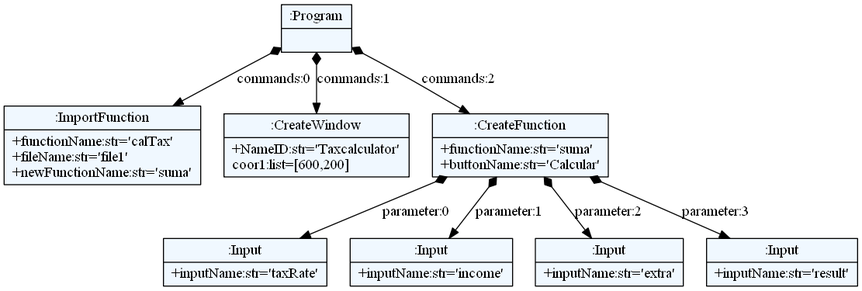
Before: program.dot.png, a diagram exported from Graphviz (joseamoroso/easgui). Its source is kept beside it as program.dot.
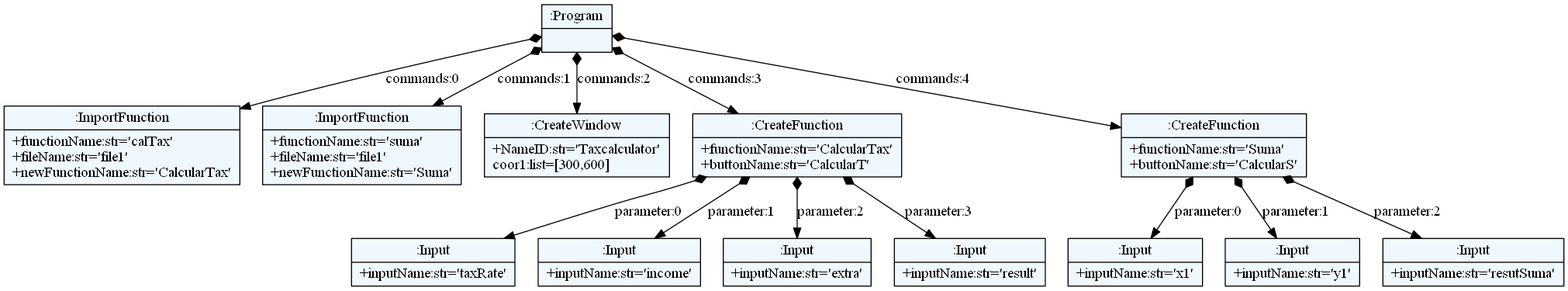
Later version of the same file.

Commit message:
Edited dot for execution

Diff of the diagram source:
```diff
@@ -10,20 +10,30 @@
     edge[dir=black,arrowtail=empty]
 
 
-2216229009608 -> 2216229024328 [label="commands:0" arrowtail=diamond dir=both]
-2216229024328[label="{:ImportFunction|+functionName:str='calTax'\l+fileName:str='file1'\l+newFunctionName:str='suma'\l}"]
-2216229009608 -> 2216229024392 [label="commands:1" arrowtail=diamond dir=both]
-2216229024392[label="{:CreateWindow|+NameID:str='Taxcalculator'\lcoor1:list=[600,200]\l}"]
-2216229009608 -> 2216229024520 [label="commands:2" arrowtail=diamond dir=both]
-2216229024520 -> 2216229024712 [label="parameter:0" arrowtail=diamond dir=both]
-2216229024712[label="{:Input|+inputName:str='taxRate'\l}"]
-2216229024520 -> 2216229024776 [label="parameter:1" arrowtail=diamond dir=both]
-2216229024776[label="{:Input|+inputName:str='income'\l}"]
-2216229024520 -> 2216229024904 [label="parameter:2" arrowtail=diamond dir=both]
-2216229024904[label="{:Input|+inputName:str='extra'\l}"]
-2216229024520 -> 2216229024968 [label="parameter:3" arrowtail=diamond dir=both]
-2216229024968[label="{:Input|+inputName:str='result'\l}"]
-2216229024520[label="{:CreateFunction|+functionName:str='suma'\l+buttonName:str='Calcular'\l}"]
-2216229009608[label="{:Program|}"]
+2664547515976 -> 2664547627784 [label="commands:0" arrowtail=diamond dir=both]
+2664547627784[label="{:ImportFunction|+functionName:str='calTax'\l+fileName:str='file1'\l+newFunctionName:str='CalcularTax'\l}"]
+2664547515976 -> 2664547629896 [label="commands:1" arrowtail=diamond dir=both]
+2664547629896[label="{:ImportFunction|+functionName:str='suma'\l+fileName:str='file1'\l+newFunctionName:str='Suma'\l}"]
+2664547515976 -> 2664547630664 [label="commands:2" arrowtail=diamond dir=both]
+2664547630664[label="{:CreateWindow|+NameID:str='Taxcalculator'\lcoor1:list=[300,600]\l}"]
+2664547515976 -> 2664547630280 [label="commands:3" arrowtail=diamond dir=both]
+2664547630280 -> 2664547614536 [label="parameter:0" arrowtail=diamond dir=both]
+2664547614536[label="{:Input|+inputName:str='taxRate'\l}"]
+2664547630280 -> 2664547614472 [label="parameter:1" arrowtail=diamond dir=both]
+2664547614472[label="{:Input|+inputName:str='income'\l}"]
+2664547630280 -> 2664547614088 [label="parameter:2" arrowtail=diamond dir=both]
+2664547614088[label="{:Input|+inputName:str='extra'\l}"]
+2664547630280 -> 2664547614024 [label="parameter:3" arrowtail=diamond dir=both]
+2664547614024[label="{:Input|+inputName:str='result'\l}"]
+2664547630280[label="{:CreateFunction|+functionName:str='CalcularTax'\l+buttonName:str='CalcularT'\l}"]
+2664547515976 -> 2664547629320 [label="commands:4" arrowtail=diamond dir=both]
+2664547629320 -> 2664547613896 [label="parameter:0" arrowtail=diamond dir=both]
+2664547613896[label="{:Input|+inputName:str='x1'\l}"]
+2664547629320 -> 2664547614344 [label="parameter:1" arrowtail=diamond dir=both]
+2664547614344[label="{:Input|+inputName:str='y1'\l}"]
+2664547629320 -> 2664547613640 [label="parameter:2" arrowtail=diamond dir=both]
+2664547613640[label="{:Input|+inputName:str='resutSuma'\l}"]
+2664547629320[label="{:CreateFunction|+functionName:str='Suma'\l+buttonName:str='CalcularS'\l}"]
+2664547515976[label="{:Program|}"]
 
 }
```
